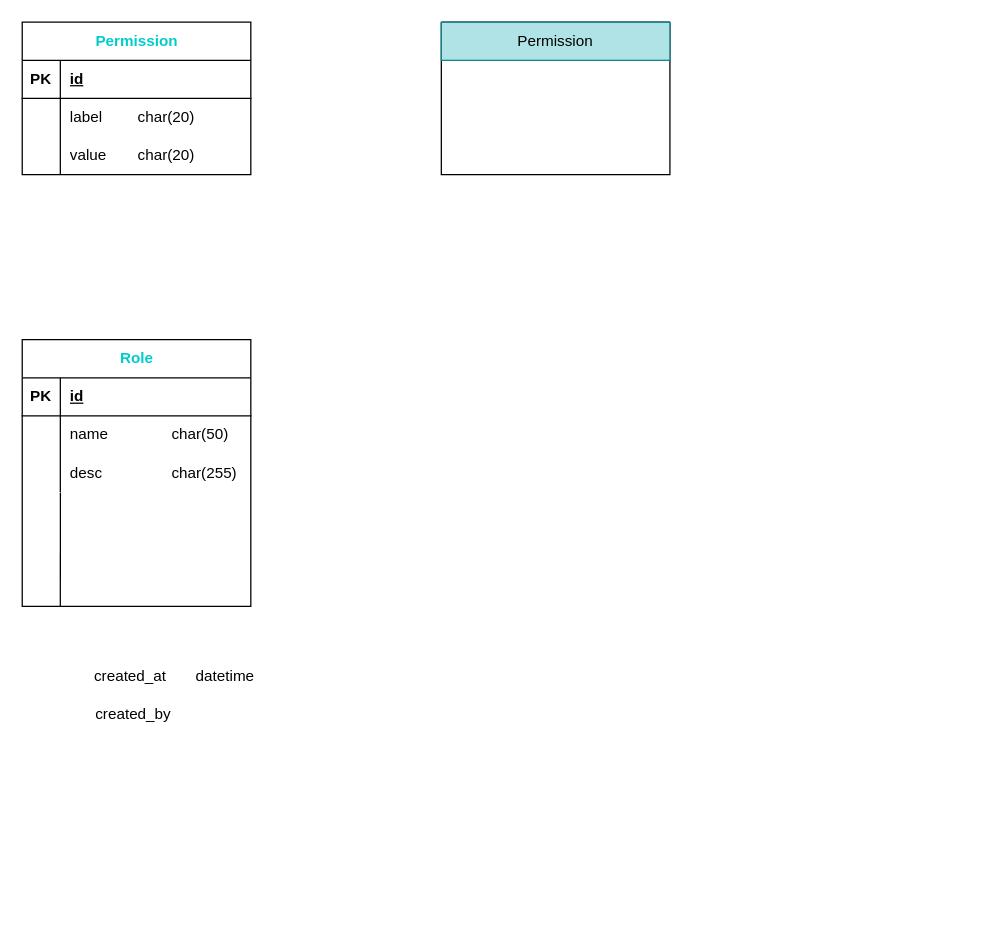
This is 思创运维平台数据库设计.drawio from yihezhou/diagrams, a draw.io file, before an edit. Source tidied: cells renumbered, new cells numbered last; positions are measured from the earlier drawing's top-left corner, leaving out a move shared by most shapes. Both pictures are drawn from the tidied source at 127%, with x=0, y=0 at pixel (22, 22).
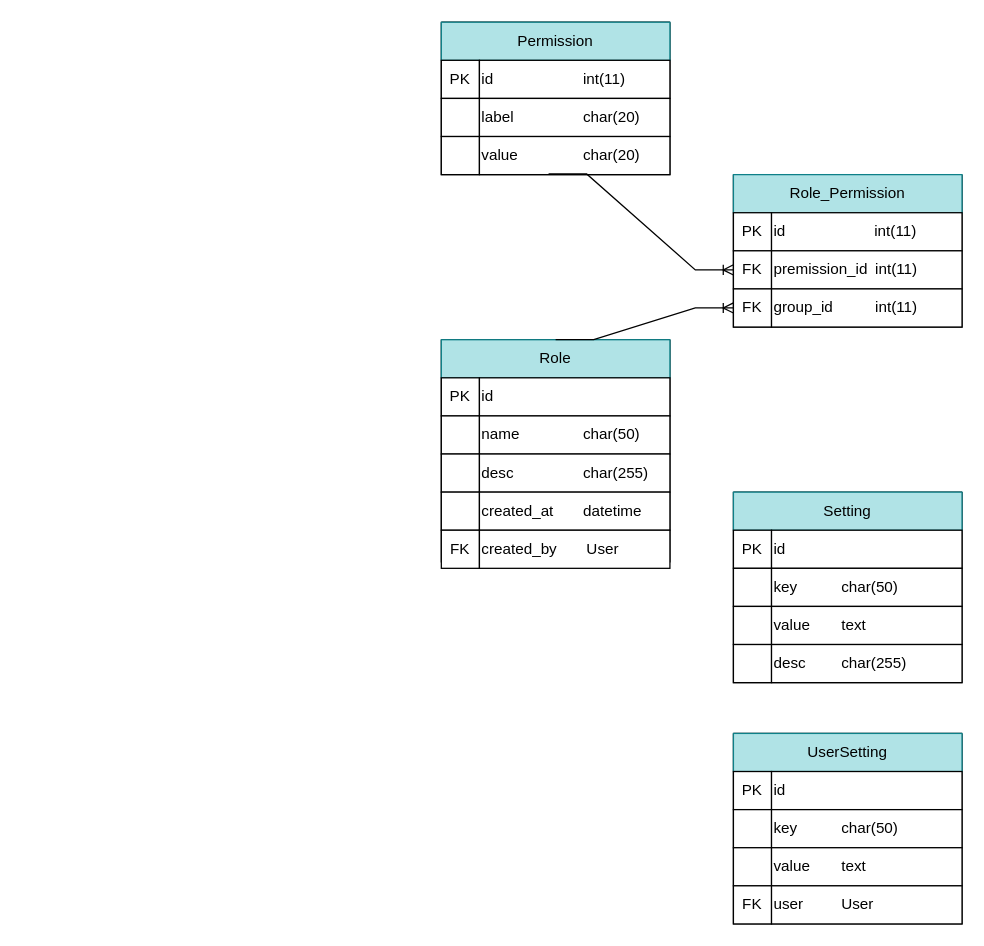
The same page after the edit.

Commit message (it also covers changes not shown here):
更新思创运维平台数据库设计.drawio

The change refers to these unchanged cells:
```xml
<mxCell id="25" style="swimlane;startSize=0;" parent="1" vertex="1">
  <mxGeometry x="330" width="180" height="120" as="geometry" />
</mxCell>
```

Diff of the diagram source:
```diff
@@
-    <mxCell id="2" value="&lt;font style=&quot;color: rgb(0, 204, 204);&quot;&gt;Permission&lt;/font&gt;" style="shape=table;startSize=30;childLayout=tableLayout;rowLines=0;fontStyle=1;align=center;html=1;" parent="1" vertex="1">
-      <mxGeometry width="180" height="120" as="geometry" />
-    </mxCell>
-    <mxCell id="3" style="shape=tableRow;horizontal=0;startSize=0;swimlaneHead=0;swimlaneBody=0;fillColor=none;top=0;left=0;right=0;bottom=1;" parent="2" vertex="1">
-      <mxGeometry y="30" width="180" height="30" as="geometry" />
-    </mxCell>
-    <mxCell id="4" value="PK" style="shape=partialRectangle;fillColor=none;top=0;left=0;bottom=0;right=0;fontStyle=1;overflow=hidden;whiteSpace=wrap;html=1;" parent="3" vertex="1">
-      <mxGeometry width="30" height="30" as="geometry" />
-    </mxCell>
-    <mxCell id="5" value="id" style="shape=partialRectangle;fillColor=none;top=0;left=0;bottom=0;right=0;align=left;spacingLeft=6;fontStyle=5;overflow=hidden;whiteSpace=wrap;html=1;" parent="3" vertex="1">
-      <mxGeometry x="30" width="150" height="30" as="geometry" />
-    </mxCell>
-    <mxCell id="6" style="shape=tableRow;horizontal=0;startSize=0;swimlaneHead=0;swimlaneBody=0;fillColor=none;top=0;left=0;right=0;bottom=0;" parent="2" vertex="1">
-      <mxGeometry y="60" width="180" height="30" as="geometry" />
-    </mxCell>
-    <mxCell id="7" style="shape=partialRectangle;fillColor=none;top=0;left=0;bottom=0;right=0;overflow=hidden;whiteSpace=wrap;html=1;" parent="6" vertex="1">
-      <mxGeometry width="30" height="30" as="geometry" />
-    </mxCell>
-    <mxCell id="8" value="label&lt;span style=&quot;white-space: pre;&quot;&gt;&#9;&lt;/span&gt;char(20)" style="shape=partialRectangle;fillColor=none;top=0;left=0;bottom=0;right=0;align=left;spacingLeft=6;overflow=hidden;whiteSpace=wrap;html=1;" parent="6" vertex="1">
-      <mxGeometry x="30" width="150" height="30" as="geometry" />
-    </mxCell>
-    <mxCell id="9" style="shape=tableRow;horizontal=0;startSize=0;swimlaneHead=0;swimlaneBody=0;fillColor=none;top=0;left=0;right=0;bottom=0;" parent="2" vertex="1">
-      <mxGeometry y="90" width="180" height="30" as="geometry" />
-    </mxCell>
-    <mxCell id="10" style="shape=partialRectangle;fillColor=none;top=0;left=0;bottom=0;right=0;overflow=hidden;whiteSpace=wrap;html=1;" parent="9" vertex="1">
-      <mxGeometry width="30" height="30" as="geometry" />
-    </mxCell>
-    <mxCell id="11" value="value&lt;span style=&quot;white-space: pre;&quot;&gt;&#9;&lt;/span&gt;char(20)" style="shape=partialRectangle;fillColor=none;top=0;left=0;bottom=0;right=0;align=left;spacingLeft=6;overflow=hidden;whiteSpace=wrap;html=1;" parent="9" vertex="1">
-      <mxGeometry x="30" width="150" height="30" as="geometry" />
-    </mxCell>
-    <mxCell id="12" value="&lt;font style=&quot;color: rgb(0, 204, 204);&quot;&gt;Role&lt;/font&gt;" style="shape=table;startSize=30;childLayout=tableLayout;rowLines=0;fontStyle=1;align=center;html=1;" parent="1" vertex="1">
-      <mxGeometry y="250" width="180" height="210" as="geometry" />
-    </mxCell>
-    <mxCell id="13" style="shape=tableRow;horizontal=0;startSize=0;swimlaneHead=0;swimlaneBody=0;fillColor=none;top=0;left=0;right=0;bottom=1;" parent="12" vertex="1">
-      <mxGeometry y="30" width="180" height="30" as="geometry" />
-    </mxCell>
-    <mxCell id="14" value="PK" style="shape=partialRectangle;fillColor=none;top=0;left=0;bottom=0;right=0;fontStyle=1;overflow=hidden;whiteSpace=wrap;html=1;" parent="13" vertex="1">
-      <mxGeometry width="30" height="30" as="geometry" />
-    </mxCell>
-    <mxCell id="15" value="id" style="shape=partialRectangle;fillColor=none;top=0;left=0;bottom=0;right=0;align=left;spacingLeft=6;fontStyle=5;overflow=hidden;whiteSpace=wrap;html=1;" parent="13" vertex="1">
-      <mxGeometry x="30" width="150" height="30" as="geometry" />
-    </mxCell>
-    <mxCell id="16" style="shape=tableRow;horizontal=0;startSize=0;swimlaneHead=0;swimlaneBody=0;fillColor=none;top=0;left=0;right=0;bottom=0;" parent="12" vertex="1">
-      <mxGeometry y="60" width="180" height="30" as="geometry" />
-    </mxCell>
-    <mxCell id="17" style="shape=partialRectangle;fillColor=none;top=0;left=0;bottom=0;right=0;overflow=hidden;whiteSpace=wrap;html=1;" parent="16" vertex="1">
-      <mxGeometry width="30" height="30" as="geometry" />
-    </mxCell>
-    <mxCell id="18" value="name&lt;span style=&quot;white-space: pre;&quot;&gt;&#9;&lt;span style=&quot;white-space: pre;&quot;&gt;&#9;&lt;/span&gt;&lt;/span&gt;char(50)" style="shape=partialRectangle;fillColor=none;top=0;left=0;bottom=0;right=0;align=left;spacingLeft=6;overflow=hidden;whiteSpace=wrap;html=1;" parent="16" vertex="1">
-      <mxGeometry x="30" width="150" height="30" as="geometry" />
-    </mxCell>
-    <mxCell id="19" style="shape=tableRow;horizontal=0;startSize=0;swimlaneHead=0;swimlaneBody=0;fillColor=none;points=[[0,0.5],[1,0.5]];portConstraint=eastwest;top=0;left=0;right=0;bottom=0;" parent="12" vertex="1">
-      <mxGeometry y="90" width="180" height="30" as="geometry" />
-    </mxCell>
-    <mxCell id="20" style="shape=partialRectangle;fillColor=none;top=0;left=0;bottom=0;right=0;overflow=hidden;whiteSpace=wrap;html=1;" parent="19" vertex="1">
-      <mxGeometry width="30" height="30" as="geometry" />
-    </mxCell>
-    <mxCell id="21" value="desc&lt;span style=&quot;white-space: pre;&quot;&gt;&#9;&lt;span style=&quot;white-space: pre;&quot;&gt;&#9;&lt;/span&gt;&lt;/span&gt;char(255)" style="shape=partialRectangle;fillColor=none;top=0;left=0;bottom=0;right=0;align=left;spacingLeft=6;overflow=hidden;whiteSpace=wrap;html=1;" parent="19" vertex="1">
-      <mxGeometry x="30" width="150" height="30" as="geometry" />
-    </mxCell>
-    <mxCell id="22" value="created_at&lt;span style=&quot;white-space: pre;&quot;&gt;&#9;&lt;/span&gt;datetime" style="shape=partialRectangle;fillColor=none;top=0;left=0;bottom=0;right=0;align=left;spacingLeft=6;overflow=hidden;whiteSpace=wrap;html=1;" parent="1" vertex="1">
-      <mxGeometry x="49" y="500" width="150" height="30" as="geometry" />
-    </mxCell>
-    <mxCell id="23" value="created_by&lt;span style=&quot;white-space: pre;&quot;&gt;&#9;&lt;/span&gt;" style="shape=partialRectangle;fillColor=none;top=0;left=0;bottom=0;right=0;align=left;spacingLeft=6;overflow=hidden;whiteSpace=wrap;html=1;" parent="1" vertex="1">
-      <mxGeometry x="50" y="530" width="150" height="30" as="geometry" />
-    </mxCell>
-    <mxCell id="24" style="endArrow=none;html=1;rounded=0;entryX=0.167;entryY=1.009;entryDx=0;entryDy=0;entryPerimeter=0;" parent="1" edge="1" target="19">
-      <mxGeometry relative="1" as="geometry">
-        <mxPoint x="30" y="460" as="sourcePoint" />
-      </mxGeometry>
-    </mxCell>
@@
+    <mxCell id="27" value="PK" style="rounded=0;whiteSpace=wrap;html=1;" parent="25" vertex="1">
+      <mxGeometry y="30" width="30" height="30" as="geometry" />
+    </mxCell>
+    <mxCell id="28" value="id&lt;span style=&quot;white-space: pre;&quot;&gt;&#9;&lt;/span&gt;&lt;span style=&quot;white-space: pre;&quot;&gt;&#9;&lt;/span&gt;&lt;span style=&quot;white-space: pre;&quot;&gt;&#9;&lt;/span&gt;int(11)" style="rounded=0;whiteSpace=wrap;html=1;align=left;" parent="25" vertex="1">
+      <mxGeometry x="30" y="30" width="150" height="30" as="geometry" />
+    </mxCell>
+    <mxCell id="29" style="rounded=0;whiteSpace=wrap;html=1;" parent="25" vertex="1">
+      <mxGeometry y="60" width="30" height="30" as="geometry" />
+    </mxCell>
+    <mxCell id="8" value="label&lt;span style=&quot;white-space: pre;&quot;&gt;&#9;&lt;/span&gt;&lt;span style=&quot;white-space: pre;&quot;&gt;&#9;&lt;/span&gt;char(20)" style="rounded=0;whiteSpace=wrap;html=1;align=left;" parent="25" vertex="1">
+      <mxGeometry x="30" y="60" width="150" height="30" as="geometry" />
+    </mxCell>
+    <mxCell id="30" style="rounded=0;whiteSpace=wrap;html=1;" parent="25" vertex="1">
+      <mxGeometry y="90" width="30" height="30" as="geometry" />
+    </mxCell>
+    <mxCell id="11" value="value&lt;span style=&quot;white-space: pre;&quot;&gt;&#9;&lt;/span&gt;&lt;span style=&quot;white-space: pre;&quot;&gt;&#9;&lt;/span&gt;char(20)" style="rounded=0;whiteSpace=wrap;html=1;align=left;" parent="25" vertex="1">
+      <mxGeometry x="30" y="90" width="150" height="30" as="geometry" />
+    </mxCell>
+    <mxCell id="31" style="swimlane;startSize=0;" parent="1" vertex="1">
+      <mxGeometry x="330" y="250" width="180" height="175" as="geometry" />
+    </mxCell>
+    <mxCell id="12" value="Role" style="rounded=0;whiteSpace=wrap;html=1;fillColor=#b0e3e6;strokeColor=#0e8088;" parent="31" vertex="1">
+      <mxGeometry width="180" height="30" as="geometry" />
+    </mxCell>
+    <mxCell id="32" value="PK" style="rounded=0;whiteSpace=wrap;html=1;" parent="31" vertex="1">
+      <mxGeometry y="30" width="30" height="30" as="geometry" />
+    </mxCell>
+    <mxCell id="33" value="id" style="rounded=0;whiteSpace=wrap;html=1;align=left;" parent="31" vertex="1">
+      <mxGeometry x="30" y="30" width="150" height="30" as="geometry" />
+    </mxCell>
+    <mxCell id="34" style="rounded=0;whiteSpace=wrap;html=1;" parent="31" vertex="1">
+      <mxGeometry y="60" width="30" height="30" as="geometry" />
+    </mxCell>
+    <mxCell id="18" value="name&lt;span style=&quot;white-space: pre;&quot;&gt;&#9;&lt;/span&gt;&lt;span style=&quot;white-space: pre;&quot;&gt;&#9;&lt;/span&gt;char(50)" style="rounded=0;whiteSpace=wrap;html=1;align=left;" parent="31" vertex="1">
+      <mxGeometry x="30" y="60" width="150" height="30" as="geometry" />
+    </mxCell>
+    <mxCell id="35" style="rounded=0;whiteSpace=wrap;html=1;" parent="31" vertex="1">
+      <mxGeometry y="90" width="30" height="30" as="geometry" />
+    </mxCell>
+    <mxCell id="36" value="desc&lt;span style=&quot;white-space: pre;&quot;&gt;&#9;&lt;/span&gt;&lt;span style=&quot;white-space: pre;&quot;&gt;&#9;&lt;/span&gt;char(255)" style="rounded=0;whiteSpace=wrap;html=1;align=left;" parent="31" vertex="1">
+      <mxGeometry x="30" y="90" width="150" height="30" as="geometry" />
+    </mxCell>
+    <mxCell id="37" style="rounded=0;whiteSpace=wrap;html=1;" parent="31" vertex="1">
+      <mxGeometry y="120" width="30" height="30" as="geometry" />
+    </mxCell>
+    <mxCell id="22" value="created_at&amp;nbsp; &amp;nbsp; &amp;nbsp; &amp;nbsp;datetime" style="rounded=0;whiteSpace=wrap;html=1;align=left;" parent="31" vertex="1">
+      <mxGeometry x="30" y="120" width="150" height="30" as="geometry" />
+    </mxCell>
+    <mxCell id="38" value="FK" style="rounded=0;whiteSpace=wrap;html=1;" parent="31" vertex="1">
+      <mxGeometry y="150" width="30" height="30" as="geometry" />
+    </mxCell>
+    <mxCell id="39" value="created_by&amp;nbsp; &amp;nbsp; &amp;nbsp; &amp;nbsp;User" style="rounded=0;whiteSpace=wrap;html=1;align=left;" parent="31" vertex="1">
+      <mxGeometry x="30" y="150" width="150" height="30" as="geometry" />
+    </mxCell>
+    <mxCell id="40" style="swimlane;startSize=0;" parent="1" vertex="1">
+      <mxGeometry x="560" y="120" width="180" height="120" as="geometry" />
+    </mxCell>
+    <mxCell id="41" value="Role_Permission" style="rounded=0;whiteSpace=wrap;html=1;fillColor=#b0e3e6;strokeColor=#0e8088;" parent="40" vertex="1">
+      <mxGeometry width="180" height="30" as="geometry" />
+    </mxCell>
+    <mxCell id="42" value="PK" style="rounded=0;whiteSpace=wrap;html=1;" parent="40" vertex="1">
+      <mxGeometry y="30" width="30" height="30" as="geometry" />
+    </mxCell>
+    <mxCell id="43" value="id&amp;nbsp; &amp;nbsp; &amp;nbsp; &amp;nbsp; &amp;nbsp; &amp;nbsp; &amp;nbsp; &amp;nbsp; &amp;nbsp; &amp;nbsp; &amp;nbsp;int(11)" style="rounded=0;whiteSpace=wrap;html=1;align=left;" parent="40" vertex="1">
+      <mxGeometry x="30" y="30" width="150" height="30" as="geometry" />
+    </mxCell>
+    <mxCell id="44" value="FK" style="rounded=0;whiteSpace=wrap;html=1;" parent="40" vertex="1">
+      <mxGeometry y="60" width="30" height="30" as="geometry" />
+    </mxCell>
+    <mxCell id="45" value="premission_id&lt;span style=&quot;white-space: pre;&quot;&gt;&#9;&lt;/span&gt;int(11)" style="rounded=0;whiteSpace=wrap;html=1;align=left;" parent="40" vertex="1">
+      <mxGeometry x="30" y="60" width="150" height="30" as="geometry" />
+    </mxCell>
+    <mxCell id="46" value="FK" style="rounded=0;whiteSpace=wrap;html=1;" parent="40" vertex="1">
+      <mxGeometry y="90" width="30" height="30" as="geometry" />
+    </mxCell>
+    <mxCell id="47" value="group_id&lt;span style=&quot;white-space: pre;&quot;&gt;&#9;&lt;/span&gt;&lt;span style=&quot;white-space: pre;&quot;&gt;&#9;&lt;/span&gt;int(11)" style="rounded=0;whiteSpace=wrap;html=1;align=left;" parent="40" vertex="1">
+      <mxGeometry x="30" y="90" width="150" height="30" as="geometry" />
+    </mxCell>
+    <mxCell id="48" style="edgeStyle=entityRelationEdgeStyle;fontSize=12;html=1;endArrow=ERoneToMany;rounded=0;exitX=0.5;exitY=0;exitDx=0;exitDy=0;entryX=0;entryY=0.5;entryDx=0;entryDy=0;" parent="1" edge="1" source="12" target="46">
+      <mxGeometry relative="1" as="geometry">
+        <Array as="points">
+          <mxPoint x="430" y="230" />
+          <mxPoint x="460" y="180" />
+          <mxPoint x="430" y="200" />
+          <mxPoint x="460" y="210" />
+          <mxPoint x="470" y="210" />
+          <mxPoint x="440" y="230" />
+        </Array>
+      </mxGeometry>
+    </mxCell>
+    <mxCell id="49" style="edgeStyle=entityRelationEdgeStyle;fontSize=12;html=1;endArrow=ERoneToMany;rounded=0;exitX=0.363;exitY=0.981;exitDx=0;exitDy=0;entryX=0;entryY=0.5;entryDx=0;entryDy=0;exitPerimeter=0;" parent="1" edge="1" source="11" target="44">
+      <mxGeometry relative="1" as="geometry" />
+    </mxCell>
+    <mxCell id="50" style="swimlane;startSize=0;" parent="1" vertex="1">
+      <mxGeometry x="560" y="370" width="180" height="150" as="geometry" />
+    </mxCell>
+    <mxCell id="51" value="Setting" style="rounded=0;whiteSpace=wrap;html=1;fillColor=#b0e3e6;strokeColor=#0e8088;" parent="50" vertex="1">
+      <mxGeometry width="180" height="30" as="geometry" />
+    </mxCell>
+    <mxCell id="52" value="PK" style="rounded=0;whiteSpace=wrap;html=1;" parent="50" vertex="1">
+      <mxGeometry y="30" width="30" height="30" as="geometry" />
+    </mxCell>
+    <mxCell id="53" value="id" style="rounded=0;whiteSpace=wrap;html=1;align=left;" parent="50" vertex="1">
+      <mxGeometry x="30" y="30" width="150" height="30" as="geometry" />
+    </mxCell>
+    <mxCell id="54" style="rounded=0;whiteSpace=wrap;html=1;" parent="50" vertex="1">
+      <mxGeometry y="60" width="30" height="30" as="geometry" />
+    </mxCell>
+    <mxCell id="55" value="key&lt;span style=&quot;white-space: pre;&quot;&gt;&#9;&lt;/span&gt;&lt;span style=&quot;white-space: pre;&quot;&gt;&#9;&lt;/span&gt;char(50)" style="rounded=0;whiteSpace=wrap;html=1;align=left;" parent="50" vertex="1">
+      <mxGeometry x="30" y="60" width="150" height="30" as="geometry" />
+    </mxCell>
+    <mxCell id="56" style="rounded=0;whiteSpace=wrap;html=1;" parent="50" vertex="1">
+      <mxGeometry y="90" width="30" height="30" as="geometry" />
+    </mxCell>
+    <mxCell id="57" value="value&lt;span style=&quot;white-space: pre;&quot;&gt;&#9;&lt;/span&gt;text" style="rounded=0;whiteSpace=wrap;html=1;align=left;" parent="50" vertex="1">
+      <mxGeometry x="30" y="90" width="150" height="30" as="geometry" />
+    </mxCell>
+    <mxCell id="58" style="rounded=0;whiteSpace=wrap;html=1;" parent="50" vertex="1">
+      <mxGeometry y="120" width="30" height="30" as="geometry" />
+    </mxCell>
+    <mxCell id="59" value="desc&lt;span style=&quot;white-space: pre;&quot;&gt;&#9;&lt;/span&gt;char(255)" style="rounded=0;whiteSpace=wrap;html=1;align=left;" parent="50" vertex="1">
+      <mxGeometry x="30" y="120" width="150" height="30" as="geometry" />
+    </mxCell>
+    <mxCell id="60" style="swimlane;startSize=0;" parent="1" vertex="1">
+      <mxGeometry x="560" y="560" width="180" height="150" as="geometry" />
+    </mxCell>
+    <mxCell id="61" value="UserSetting" style="rounded=0;whiteSpace=wrap;html=1;fillColor=#b0e3e6;strokeColor=#0e8088;" parent="60" vertex="1">
+      <mxGeometry width="180" height="30" as="geometry" />
+    </mxCell>
+    <mxCell id="62" value="PK" style="rounded=0;whiteSpace=wrap;html=1;" parent="60" vertex="1">
+      <mxGeometry y="30" width="30" height="30" as="geometry" />
+    </mxCell>
+    <mxCell id="63" value="id" style="rounded=0;whiteSpace=wrap;html=1;align=left;" parent="60" vertex="1">
+      <mxGeometry x="30" y="30" width="150" height="30" as="geometry" />
+    </mxCell>
+    <mxCell id="64" style="rounded=0;whiteSpace=wrap;html=1;" parent="60" vertex="1">
+      <mxGeometry y="60" width="30" height="30" as="geometry" />
+    </mxCell>
+    <mxCell id="65" value="key&lt;span style=&quot;white-space: pre;&quot;&gt;&#9;&lt;/span&gt;&lt;span style=&quot;white-space: pre;&quot;&gt;&#9;&lt;/span&gt;char(50)" style="rounded=0;whiteSpace=wrap;html=1;align=left;" parent="60" vertex="1">
+      <mxGeometry x="30" y="60" width="150" height="30" as="geometry" />
+    </mxCell>
+    <mxCell id="66" style="rounded=0;whiteSpace=wrap;html=1;" parent="60" vertex="1">
+      <mxGeometry y="90" width="30" height="30" as="geometry" />
+    </mxCell>
+    <mxCell id="67" value="value&lt;span style=&quot;white-space: pre;&quot;&gt;&#9;&lt;/span&gt;text" style="rounded=0;whiteSpace=wrap;html=1;align=left;" parent="60" vertex="1">
+      <mxGeometry x="30" y="90" width="150" height="30" as="geometry" />
+    </mxCell>
+    <mxCell id="68" value="FK" style="rounded=0;whiteSpace=wrap;html=1;" parent="60" vertex="1">
+      <mxGeometry y="120" width="30" height="30" as="geometry" />
+    </mxCell>
+    <mxCell id="69" value="user&lt;span style=&quot;white-space: pre;&quot;&gt;&#9;&lt;/span&gt;&lt;span style=&quot;white-space: pre;&quot;&gt;&#9;&lt;/span&gt;User" style="rounded=0;whiteSpace=wrap;html=1;align=left;" parent="60" vertex="1">
+      <mxGeometry x="30" y="120" width="150" height="30" as="geometry" />
+    </mxCell>
```
